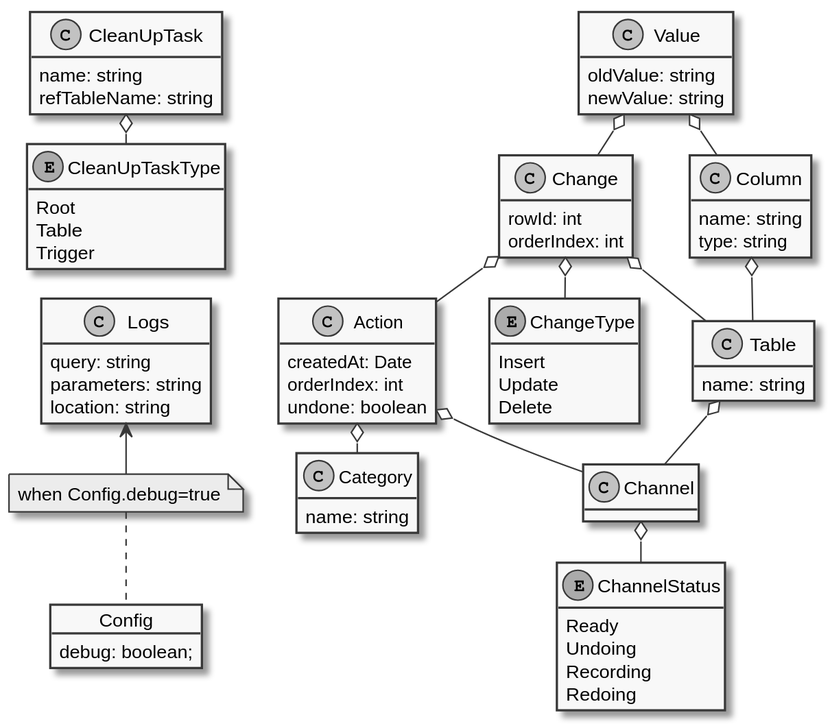
This is docs/tables.svg from Lotes/sqlite-undo-log, a PlantUML export, as it was before one commit.
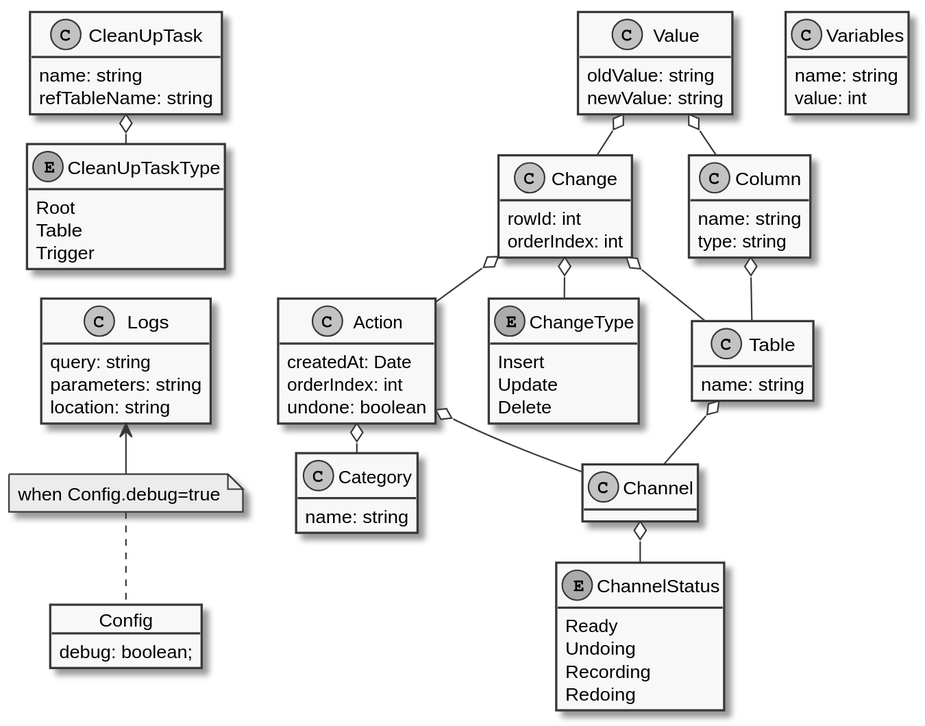
After the commit.

Change to the diagram source:
```diff
@@ -74,6 +74,11 @@
   debug: boolean;
 }
 
+class Variables {
+  name: string
+  value: int
+}
+
 note as NoteLogs
 when Config.debug=true
 end note
```
